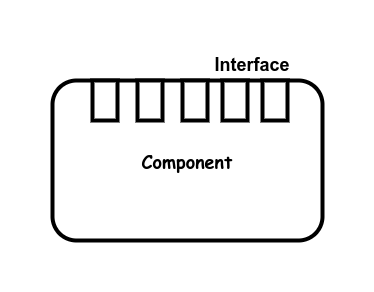
Before: images/component.drawio.png, a diagram exported from draw.io (garfix/architectural-patterns). Source tidied: cells renumbered, new cells last; positions are measured from the earlier drawing's top-left corner, leaving out a move shared by most shapes.
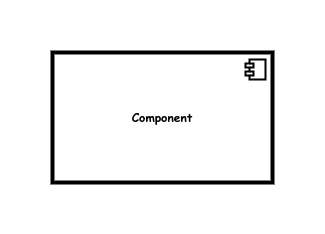
Above is the later version.

The edit, as a diff of the source:
```diff
@@ -2,26 +2,13 @@
   <root>
     <mxCell id="0" />
     <mxCell id="1" parent="0" />
-    <mxCell id="2" value="&lt;b style=&quot;font-size: 18px;&quot;&gt;Component&lt;br&gt;&lt;/b&gt;" style="rounded=1;whiteSpace=wrap;html=1;strokeWidth=4;fontFamily=Comic Sans MS;fontSize=18;" parent="1" vertex="1">
-      <mxGeometry y="30" width="270" height="160" as="geometry" />
+    <mxCell id="2" value="&lt;span&gt;Component&lt;/span&gt;" style="html=1;whiteSpace=wrap;strokeWidth=4;fontFamily=Comic Sans MS;fontStyle=1;" parent="1" vertex="1">
+      <mxGeometry y="30" width="220" height="130" as="geometry" />
     </mxCell>
-    <mxCell id="3" style="rounded=0;whiteSpace=wrap;html=1;strokeWidth=4;" parent="1" vertex="1">
-      <mxGeometry x="85" y="30" width="25" height="40" as="geometry" />
-    </mxCell>
-    <mxCell id="4" style="rounded=0;whiteSpace=wrap;html=1;strokeWidth=4;" parent="1" vertex="1">
-      <mxGeometry x="130" y="30" width="25" height="40" as="geometry" />
-    </mxCell>
-    <mxCell id="5" style="rounded=0;whiteSpace=wrap;html=1;strokeWidth=4;" parent="1" vertex="1">
-      <mxGeometry x="170" y="30" width="25" height="40" as="geometry" />
-    </mxCell>
-    <mxCell id="6" value="&lt;b&gt;&lt;font style=&quot;font-size: 18px;&quot;&gt;Interface&lt;/font&gt;&lt;/b&gt;" style="text;html=1;strokeColor=none;fillColor=none;align=center;verticalAlign=middle;whiteSpace=wrap;rounded=0;" parent="1" vertex="1">
-      <mxGeometry x="170" width="60" height="30" as="geometry" />
-    </mxCell>
-    <mxCell id="7" style="rounded=0;whiteSpace=wrap;html=1;strokeWidth=4;" parent="1" vertex="1">
-      <mxGeometry x="210" y="30" width="25" height="40" as="geometry" />
-    </mxCell>
-    <mxCell id="8" style="rounded=0;whiteSpace=wrap;html=1;strokeWidth=4;" parent="1" vertex="1">
-      <mxGeometry x="40" y="30" width="25" height="40" as="geometry" />
-    </mxCell>
+    <mxCell id="9" style="shape=module;jettyWidth=8;jettyHeight=4;strokeWidth=2;" parent="2" vertex="1">
+      <mxGeometry x="1" width="20" height="20" relative="1" as="geometry">
+        <mxPoint x="-27" y="7" as="offset" />
+      </mxGeometry>
+    </mxCell>
   </root>
 </mxGraphModel>
```
